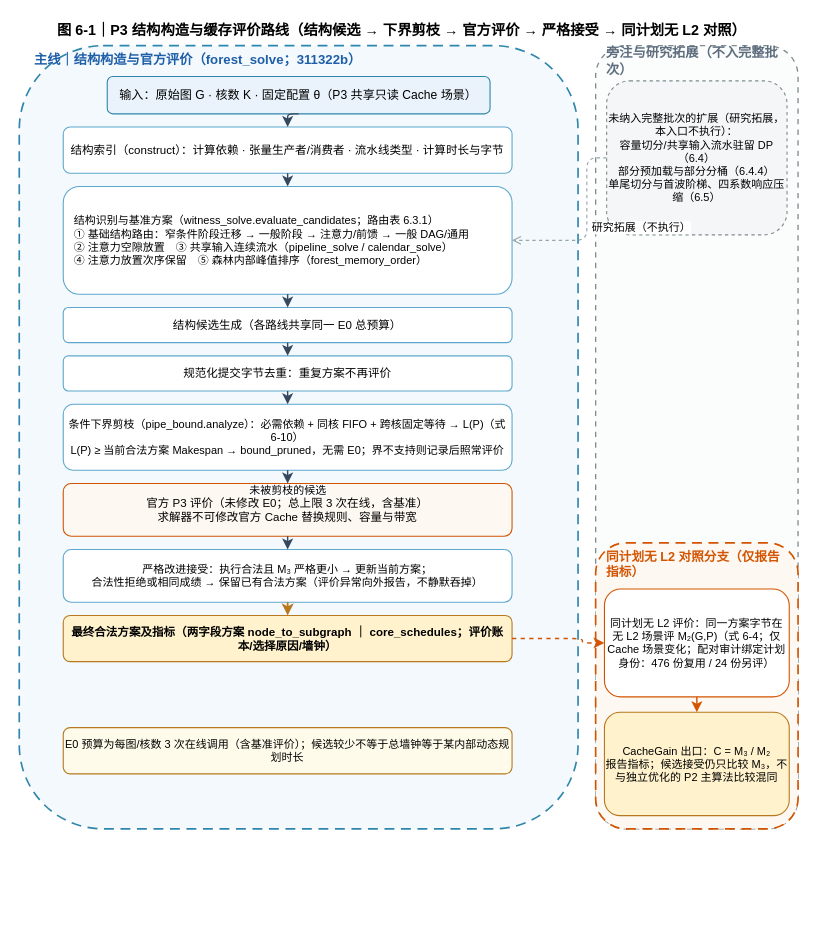
The draw.io diagram figures/a/jia-fig6-1-20260926/fig6-1-p3-cache-route.drawio in Vioano/huaweicup2026, before the edit. Source tidied: cells renumbered, new cells numbered last; positions are measured from the earlier drawing's top-left corner, leaving out a move shared by most shapes. Both pictures are drawn from the tidied source at 110%, with x=0, y=0 at pixel (19, 19).
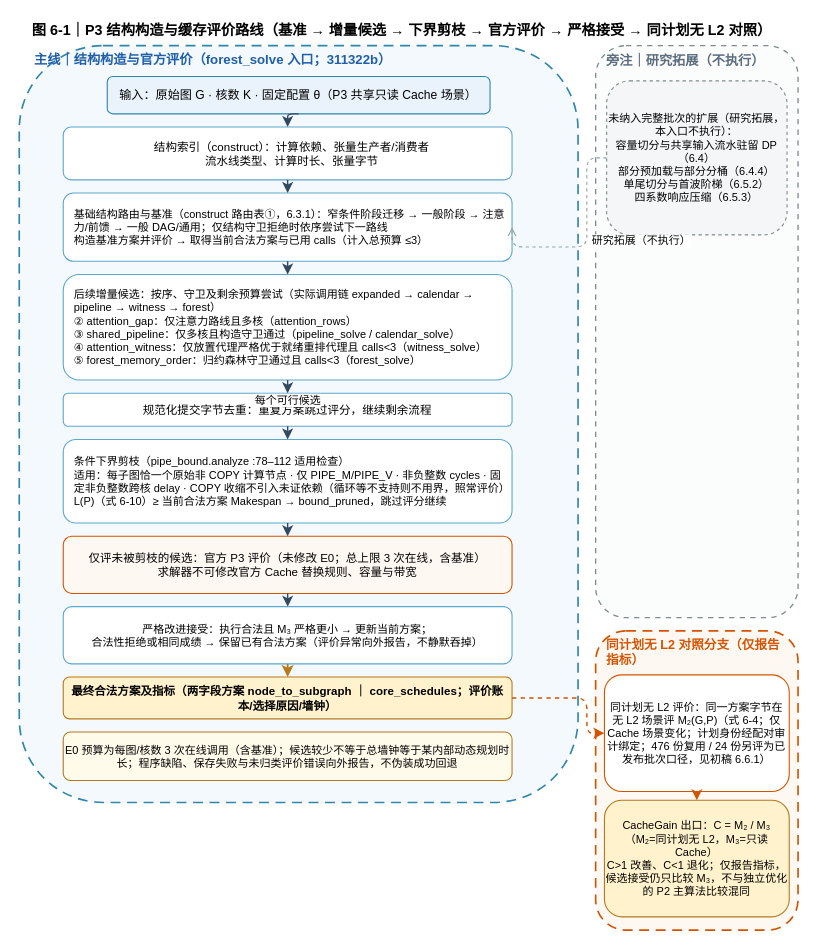
After the change.

Change to the diagram source:
```diff
@@
-    <mxCell id="2" value="图 6-1｜P3 结构构造与缓存评价路线（结构候选 → 下界剪枝 → 官方评价 → 严格接受 → 同计划无 L2 对照）" style="text;html=1;strokeColor=none;fillColor=none;align=center;verticalAlign=middle;whiteSpace=wrap;rounded=0;fontSize=13;fontStyle=1;fontFamily=Microsoft YaHei;" parent="1" vertex="1">
+    <mxCell id="2" value="图 6-1｜P3 结构构造与缓存评价路线（基准 → 增量候选 → 下界剪枝 → 官方评价 → 严格接受 → 同计划无 L2 对照）" style="text;html=1;strokeColor=none;fillColor=none;align=center;verticalAlign=middle;whiteSpace=wrap;rounded=0;fontSize=13;fontStyle=1;fontFamily=Microsoft YaHei;" parent="1" vertex="1">
       <mxGeometry x="4" width="688" height="20" as="geometry" />
     </mxCell>
     <mxCell id="3" style="rounded=1;whiteSpace=wrap;html=1;dashed=1;dashPattern=6 4;fillColor=#F4F9FD;strokeColor=#2E86AB;strokeWidth=1.5;fontSize=12;fontFamily=Microsoft YaHei;" parent="1" vertex="1">
-      <mxGeometry y="24" width="508" height="712" as="geometry" />
+      <mxGeometry y="24" width="508" height="688" as="geometry" />
     </mxCell>
-    <mxCell id="4" value="主线｜结构构造与官方评价（forest_solve；311322b）" style="text;html=1;strokeColor=none;fillColor=none;align=left;verticalAlign=middle;whiteSpace=wrap;rounded=0;fontSize=12;fontStyle=1;fontColor=#1F5FA8;fontFamily=Microsoft YaHei;" parent="1" vertex="1">
+    <mxCell id="4" value="主线｜结构构造与官方评价（forest_solve 入口；311322b）" style="text;html=1;strokeColor=none;fillColor=none;align=left;verticalAlign=middle;whiteSpace=wrap;rounded=0;fontSize=12;fontStyle=1;fontColor=#1F5FA8;fontFamily=Microsoft YaHei;" parent="1" vertex="1">
       <mxGeometry x="12" y="28" width="484" height="18" as="geometry" />
     </mxCell>
@@
-    <mxCell id="6" value="结构索引（construct）：计算依赖 · 张量生产者/消费者 · 流水线类型 · 计算时长与字节" style="rounded=1;whiteSpace=wrap;html=1;fillColor=#FFFFFF;strokeColor=#5DA7CC;fontSize=10.5;fontFamily=Microsoft YaHei;" parent="1" vertex="1">
-      <mxGeometry x="40" y="98" width="408" height="42" as="geometry" />
+    <mxCell id="6" value="结构索引（construct）：计算依赖、张量生产者/消费者&#10;流水线类型、计算时长、张量字节" style="rounded=1;whiteSpace=wrap;html=1;fillColor=#FFFFFF;strokeColor=#5DA7CC;fontSize=10.5;fontFamily=Microsoft YaHei;spacingLeft=8;" parent="1" vertex="1">
+      <mxGeometry x="40" y="98" width="408" height="48" as="geometry" />
     </mxCell>
-    <mxCell id="7" value="结构识别与基准方案（witness_solve.evaluate_candidates；路由表 6.3.1）&#10;① 基础结构路由：窄条件阶段迁移 → 一般阶段 → 注意力/前馈 → 一般 DAG/通用&#10;② 注意力空隙放置　③ 共享输入连续流水（pipeline_solve / calendar_solve）&#10;④ 注意力放置次序保留　⑤ 森林内部峰值排序（forest_memory_order）" style="rounded=1;whiteSpace=wrap;html=1;fillColor=#FFFFFF;strokeColor=#5DA7CC;fontSize=10;fontFamily=Microsoft YaHei;align=left;spacingLeft=8;" parent="1" vertex="1">
-      <mxGeometry x="40" y="152" width="408" height="98" as="geometry" />
-    </mxCell>
-    <mxCell id="8" value="结构候选生成（各路线共享同一 E0 总预算）" style="rounded=1;whiteSpace=wrap;html=1;fillColor=#FFFFFF;strokeColor=#5DA7CC;fontSize=10.5;fontFamily=Microsoft YaHei;" parent="1" vertex="1">
-      <mxGeometry x="40" y="262" width="408" height="32" as="geometry" />
-    </mxCell>
+    <mxCell id="33" value="基础结构路由与基准（construct 路由表①，6.3.1）：窄条件阶段迁移 → 一般阶段 → 注意力/前馈 → 一般 DAG/通用；仅结构守卫拒绝时依序尝试下一路线&#10;构造基准方案并评价 → 取得当前合法方案与已用 calls（计入总预算 ≤3）" style="rounded=1;whiteSpace=wrap;html=1;fillColor=#FFFFFF;strokeColor=#5DA7CC;fontSize=10;fontFamily=Microsoft YaHei;align=left;spacingLeft=8;" parent="1" vertex="1">
+      <mxGeometry x="40" y="158" width="408" height="62" as="geometry" />
+    </mxCell>
+    <mxCell id="34" value="后续增量候选：按序、守卫及剩余预算尝试（实际调用链 expanded → calendar → pipeline → witness → forest）&#10;② attention_gap：仅注意力路线且多核（attention_rows）&#10;③ shared_pipeline：仅多核且构造守卫通过（pipeline_solve / calendar_solve）&#10;④ attention_witness：仅放置代理严格优于就绪重排代理且 calls&lt;3（witness_solve）&#10;⑤ forest_memory_order：归约森林守卫通过且 calls&lt;3（forest_solve）" style="rounded=1;whiteSpace=wrap;html=1;fillColor=#FFFFFF;strokeColor=#5DA7CC;fontSize=10;fontFamily=Microsoft YaHei;align=left;spacingLeft=8;" parent="1" vertex="1">
+      <mxGeometry x="40" y="232" width="408" height="96" as="geometry" />
+    </mxCell>
-    <mxCell id="9" value="规范化提交字节去重：重复方案不再评价" style="rounded=1;whiteSpace=wrap;html=1;fillColor=#FFFFFF;strokeColor=#5DA7CC;fontSize=10.5;fontFamily=Microsoft YaHei;" parent="1" vertex="1">
-      <mxGeometry x="40" y="306" width="408" height="32" as="geometry" />
+    <mxCell id="9" value="规范化提交字节去重：重复方案跳过评分，继续剩余流程" style="rounded=1;whiteSpace=wrap;html=1;fillColor=#FFFFFF;strokeColor=#5DA7CC;fontSize=10.5;fontFamily=Microsoft YaHei;" parent="1" vertex="1">
+      <mxGeometry x="40" y="340" width="408" height="30" as="geometry" />
     </mxCell>
-    <mxCell id="10" value="条件下界剪枝（pipe_bound.analyze）：必需依赖 + 同核 FIFO + 跨核固定等待 → L(P)（式 6-10）&#10;L(P) ≥ 当前合法方案 Makespan → bound_pruned，无需 E0；界不支持则记录后照常评价" style="rounded=1;whiteSpace=wrap;html=1;fillColor=#FFFFFF;strokeColor=#5DA7CC;fontSize=10;fontFamily=Microsoft YaHei;" parent="1" vertex="1">
-      <mxGeometry x="40" y="350" width="408" height="60" as="geometry" />
+    <mxCell id="10" value="条件下界剪枝（pipe_bound.analyze :78–112 适用检查）&#10;适用：每子图恰一个原始非 COPY 计算节点 · 仅 PIPE_M/PIPE_V · 非负整数 cycles · 固定非负整数跨核 delay · COPY 收缩不引入未证依赖（循环等不支持则不用界，照常评价）&#10;L(P)（式 6-10）≥ 当前合法方案 Makespan → bound_pruned，跳过评分继续" style="rounded=1;whiteSpace=wrap;html=1;fillColor=#FFFFFF;strokeColor=#5DA7CC;fontSize=10;fontFamily=Microsoft YaHei;align=left;spacingLeft=8;" parent="1" vertex="1">
+      <mxGeometry x="40" y="382" width="408" height="76" as="geometry" />
     </mxCell>
-    <mxCell id="11" value="官方 P3 评价（未修改 E0；总上限 3 次在线，含基准）&#10;求解器不可修改官方 Cache 替换规则、容量与带宽" style="rounded=1;whiteSpace=wrap;html=1;fillColor=#FDF8F2;strokeColor=#D35400;fontSize=10.5;fontFamily=Microsoft YaHei;" parent="1" vertex="1">
-      <mxGeometry x="40" y="422" width="408" height="48" as="geometry" />
+    <mxCell id="11" value="仅评未被剪枝的候选：官方 P3 评价（未修改 E0；总上限 3 次在线，含基准）&#10;求解器不可修改官方 Cache 替换规则、容量与带宽" style="rounded=1;whiteSpace=wrap;html=1;fillColor=#FDF8F2;strokeColor=#D35400;fontSize=10.5;fontFamily=Microsoft YaHei;" parent="1" vertex="1">
+      <mxGeometry x="40" y="470" width="408" height="52" as="geometry" />
     </mxCell>
     <mxCell id="12" value="严格改进接受：执行合法且 M₃ 严格更小 → 更新当前方案；&#10;合法性拒绝或相同成绩 → 保留已有合法方案（评价异常向外报告，不静默吞掉）" style="rounded=1;whiteSpace=wrap;html=1;fillColor=#FFFFFF;strokeColor=#5DA7CC;fontSize=10;fontFamily=Microsoft YaHei;" parent="1" vertex="1">
-      <mxGeometry x="40" y="482" width="408" height="48" as="geometry" />
+      <mxGeometry x="40" y="534" width="408" height="52" as="geometry" />
     </mxCell>
     <mxCell id="13" value="最终合法方案及指标（两字段方案 node_to_subgraph ｜ core_schedules；评价账本/选择原因/墙钟）" style="rounded=1;whiteSpace=wrap;html=1;fillColor=#FFF2CC;strokeColor=#B7791F;fontSize=10.5;fontStyle=1;fontFamily=Microsoft YaHei;" parent="1" vertex="1">
-      <mxGeometry x="40" y="542" width="408" height="42" as="geometry" />
+      <mxGeometry x="40" y="598" width="408" height="38" as="geometry" />
     </mxCell>
-    <mxCell id="14" value="E0 预算为每图/核数 3 次在线调用（含基准评价）；候选较少不等于总墙钟等于某内部动态规划时长" style="rounded=1;whiteSpace=wrap;html=1;fillColor=#FFFBEA;strokeColor=#B7791F;fontSize=10;fontFamily=Microsoft YaHei;" parent="1" vertex="1">
-      <mxGeometry x="40" y="644" width="408" height="42" as="geometry" />
-    </mxCell>
+    <mxCell id="35" value="E0 预算为每图/核数 3 次在线调用（含基准）；候选较少不等于总墙钟等于某内部动态规划时长；程序缺陷、保存失败与未归类评价错误向外报告，不伪装成功回退" style="rounded=1;whiteSpace=wrap;html=1;fillColor=#FFFBEA;strokeColor=#B7791F;fontSize=10;fontFamily=Microsoft YaHei;" parent="1" vertex="1">
+      <mxGeometry x="40" y="648" width="408" height="44" as="geometry" />
+    </mxCell>
     <mxCell id="15" style="rounded=1;whiteSpace=wrap;html=1;dashed=1;dashPattern=4 4;fillColor=#FBFCFC;strokeColor=#7F8C8D;strokeWidth=1.2;fontSize=12;fontFamily=Microsoft YaHei;" parent="1" vertex="1">
-      <mxGeometry x="524" y="24" width="184" height="712" as="geometry" />
+      <mxGeometry x="524" y="24" width="184" height="520" as="geometry" />
     </mxCell>
-    <mxCell id="16" value="旁注与研究拓展（不入完整批次）" style="text;html=1;strokeColor=none;fillColor=none;align=left;verticalAlign=middle;whiteSpace=wrap;rounded=0;fontSize=12;fontStyle=1;fontColor=#5D6D7E;fontFamily=Microsoft YaHei;" parent="1" vertex="1">
+    <mxCell id="16" value="旁注｜研究拓展（不执行）" style="text;html=1;strokeColor=none;fillColor=none;align=left;verticalAlign=middle;whiteSpace=wrap;rounded=0;fontSize=12;fontStyle=1;fontColor=#5D6D7E;fontFamily=Microsoft YaHei;" parent="1" vertex="1">
       <mxGeometry x="532" y="28" width="168" height="20" as="geometry" />
     </mxCell>
-    <mxCell id="17" value="未纳入完整批次的扩展（研究拓展，本入口不执行）：&#10;容量切分/共享输入流水驻留 DP（6.4）&#10;部分预加载与部分分桶（6.4.4）&#10;单尾切分与首波阶梯、四系数响应压缩（6.5）" style="rounded=1;whiteSpace=wrap;html=1;dashed=1;fillColor=#F4F6F7;strokeColor=#7F8C8D;fontSize=10;fontFamily=Microsoft YaHei;" parent="1" vertex="1">
+    <mxCell id="17" value="未纳入完整批次的扩展（研究拓展，本入口不执行）：&#10;容量切分与共享输入流水驻留 DP（6.4）&#10;部分预加载与部分分桶（6.4.4）&#10;单尾切分与首波阶梯（6.5.2）&#10;四系数响应压缩（6.5.3）" style="rounded=1;whiteSpace=wrap;html=1;dashed=1;fillColor=#F4F6F7;strokeColor=#7F8C8D;fontSize=10;fontFamily=Microsoft YaHei;" parent="1" vertex="1">
       <mxGeometry x="534" y="56" width="164" height="140" as="geometry" />
     </mxCell>
     <mxCell id="18" style="rounded=1;whiteSpace=wrap;html=1;dashed=1;dashPattern=6 4;fillColor=#FDF8F2;strokeColor=#D35400;strokeWidth=1.5;fontSize=12;fontFamily=Microsoft YaHei;" parent="1" vertex="1">
-      <mxGeometry x="524" y="476" width="184" height="260" as="geometry" />
+      <mxGeometry x="524" y="556" width="184" height="272" as="geometry" />
     </mxCell>
     <mxCell id="19" value="同计划无 L2 对照分支（仅报告指标）" style="text;html=1;strokeColor=none;fillColor=none;align=left;verticalAlign=middle;whiteSpace=wrap;rounded=0;fontSize=11.5;fontStyle=1;fontColor=#D35400;fontFamily=Microsoft YaHei;" parent="1" vertex="1">
-      <mxGeometry x="532" y="480" width="168" height="32" as="geometry" />
+      <mxGeometry x="532" y="560" width="168" height="32" as="geometry" />
     </mxCell>
-    <mxCell id="20" value="同计划无 L2 评价：同一方案字节在无 L2 场景评 M₂(G,P)（式 6-4；仅 Cache 场景变化；配对审计绑定计划身份：476 份复用 / 24 份另评）" style="rounded=1;whiteSpace=wrap;html=1;fillColor=#FFFFFF;strokeColor=#D35400;fontSize=10;fontFamily=Microsoft YaHei;" parent="1" vertex="1">
-      <mxGeometry x="532" y="518" width="168" height="98" as="geometry" />
+    <mxCell id="20" value="同计划无 L2 评价：同一方案字节在无 L2 场景评 M₂(G,P)（式 6-4；仅 Cache 场景变化；计划身份经配对审计绑定；476 份复用 / 24 份另评为已发布批次口径，见初稿 6.6.1）" style="rounded=1;whiteSpace=wrap;html=1;fillColor=#FFFFFF;strokeColor=#D35400;fontSize=10;fontFamily=Microsoft YaHei;" parent="1" vertex="1">
+      <mxGeometry x="532" y="596" width="168" height="106" as="geometry" />
     </mxCell>
-    <mxCell id="21" value="CacheGain 出口：C = M₃ / M₂&#10;报告指标；候选接受仍只比较 M₃，不与独立优化的 P2 主算法比较混同" style="rounded=1;whiteSpace=wrap;html=1;fillColor=#FFF2CC;strokeColor=#B7791F;fontSize=10;fontFamily=Microsoft YaHei;" parent="1" vertex="1">
-      <mxGeometry x="532" y="630" width="168" height="94" as="geometry" />
+    <mxCell id="21" value="CacheGain 出口：C = M₂ / M₃&#10;（M₂=同计划无 L2，M₃=只读 Cache）&#10;C&gt;1 改善、C&lt;1 退化；仅报告指标，候选接受仍只比较 M₃，不与独立优化的 P2 主算法比较混同" style="rounded=1;whiteSpace=wrap;html=1;fillColor=#FFF2CC;strokeColor=#B7791F;fontSize=10;fontFamily=Microsoft YaHei;" parent="1" vertex="1">
+      <mxGeometry x="532" y="710" width="168" height="106" as="geometry" />
     </mxCell>
@@
-    <mxCell id="23" style="edgeStyle=orthogonalEdgeStyle;rounded=1;html=1;strokeColor=#34495E;strokeWidth=1.3;exitX=0.5;exitY=1;entryX=0.5;entryY=0;" parent="1" edge="1" source="6" target="7">
+    <mxCell id="23" style="edgeStyle=orthogonalEdgeStyle;rounded=1;html=1;strokeColor=#34495E;strokeWidth=1.3;exitX=0.5;exitY=1;entryX=0.5;entryY=0;" parent="1" edge="1" source="6" target="33">
       <mxGeometry relative="1" as="geometry" />
     </mxCell>
-    <mxCell id="24" style="edgeStyle=orthogonalEdgeStyle;rounded=1;html=1;strokeColor=#34495E;strokeWidth=1.3;exitX=0.5;exitY=1;entryX=0.5;entryY=0;" parent="1" edge="1" source="7" target="8">
+    <mxCell id="24" style="edgeStyle=orthogonalEdgeStyle;rounded=1;html=1;strokeColor=#34495E;strokeWidth=1.3;exitX=0.5;exitY=1;entryX=0.5;entryY=0;" parent="1" edge="1" source="33" target="34">
       <mxGeometry relative="1" as="geometry" />
     </mxCell>
-    <mxCell id="25" style="edgeStyle=orthogonalEdgeStyle;rounded=1;html=1;strokeColor=#34495E;strokeWidth=1.3;exitX=0.5;exitY=1;entryX=0.5;entryY=0;" parent="1" edge="1" source="8" target="9">
+    <mxCell id="25" value="每个可行候选" style="edgeStyle=orthogonalEdgeStyle;rounded=1;html=1;strokeColor=#34495E;strokeWidth=1.3;exitX=0.5;exitY=1;entryX=0.5;entryY=0;fontSize=10;fontFamily=Microsoft YaHei;verticalAlign=top;" parent="1" edge="1" source="34" target="9">
       <mxGeometry relative="1" as="geometry" />
     </mxCell>
@@
-    <mxCell id="27" value="未被剪枝的候选" style="edgeStyle=orthogonalEdgeStyle;rounded=1;html=1;strokeColor=#34495E;strokeWidth=1.3;exitX=0.5;exitY=1;entryX=0.5;entryY=0;fontSize=10;fontFamily=Microsoft YaHei;verticalAlign=top;" parent="1" edge="1" source="10" target="11">
+    <mxCell id="27" style="edgeStyle=orthogonalEdgeStyle;rounded=1;html=1;strokeColor=#34495E;strokeWidth=1.3;exitX=0.5;exitY=1;entryX=0.5;entryY=0;" parent="1" edge="1" source="10" target="11">
       <mxGeometry relative="1" as="geometry" />
     </mxCell>
@@
-    <mxCell id="30" style="edgeStyle=orthogonalEdgeStyle;rounded=1;html=1;strokeColor=#D35400;strokeWidth=1.3;dashed=1;exitX=1;exitY=0.5;entryX=0;entryY=0.5;fontSize=10;fontFamily=Microsoft YaHei;verticalAlign=middle;align=left;spacingLeft=4;" parent="1" edge="1" source="13" target="20">
+    <mxCell id="30" style="edgeStyle=orthogonalEdgeStyle;rounded=1;html=1;strokeColor=#D35400;strokeWidth=1.3;dashed=1;exitX=1;exitY=0.5;entryX=0;entryY=0.5;" parent="1" edge="1" source="13" target="20">
       <mxGeometry relative="1" as="geometry">
         <Array as="points">
-          <mxPoint x="512" y="563" />
-          <mxPoint x="512" y="567" />
+          <mxPoint x="516" y="617" />
+          <mxPoint x="516" y="649" />
         </Array>
       </mxGeometry>
     </mxCell>
@@
-    <mxCell id="32" value="研究拓展（不执行）" style="edgeStyle=orthogonalEdgeStyle;rounded=1;html=1;strokeColor=#95A5A6;strokeWidth=1;dashed=1;endArrow=open;exitX=0;exitY=0.5;entryX=1;entryY=0.5;fontSize=10;fontFamily=Microsoft YaHei;align=left;spacingLeft=3;" parent="1" edge="1" source="17" target="7">
+    <mxCell id="32" value="研究拓展（不执行）" style="edgeStyle=orthogonalEdgeStyle;rounded=1;html=1;strokeColor=#95A5A6;strokeWidth=1;dashed=1;endArrow=open;exitX=0;exitY=0.5;entryX=1;entryY=0.5;fontSize=10;fontFamily=Microsoft YaHei;align=left;spacingLeft=3;" parent="1" edge="1" source="17" target="33">
       <mxGeometry relative="1" as="geometry">
         <Array as="points">
           <mxPoint x="516" y="126" />
-          <mxPoint x="516" y="201" />
+          <mxPoint x="516" y="207" />
         </Array>
       </mxGeometry>
     </mxCell>
```
